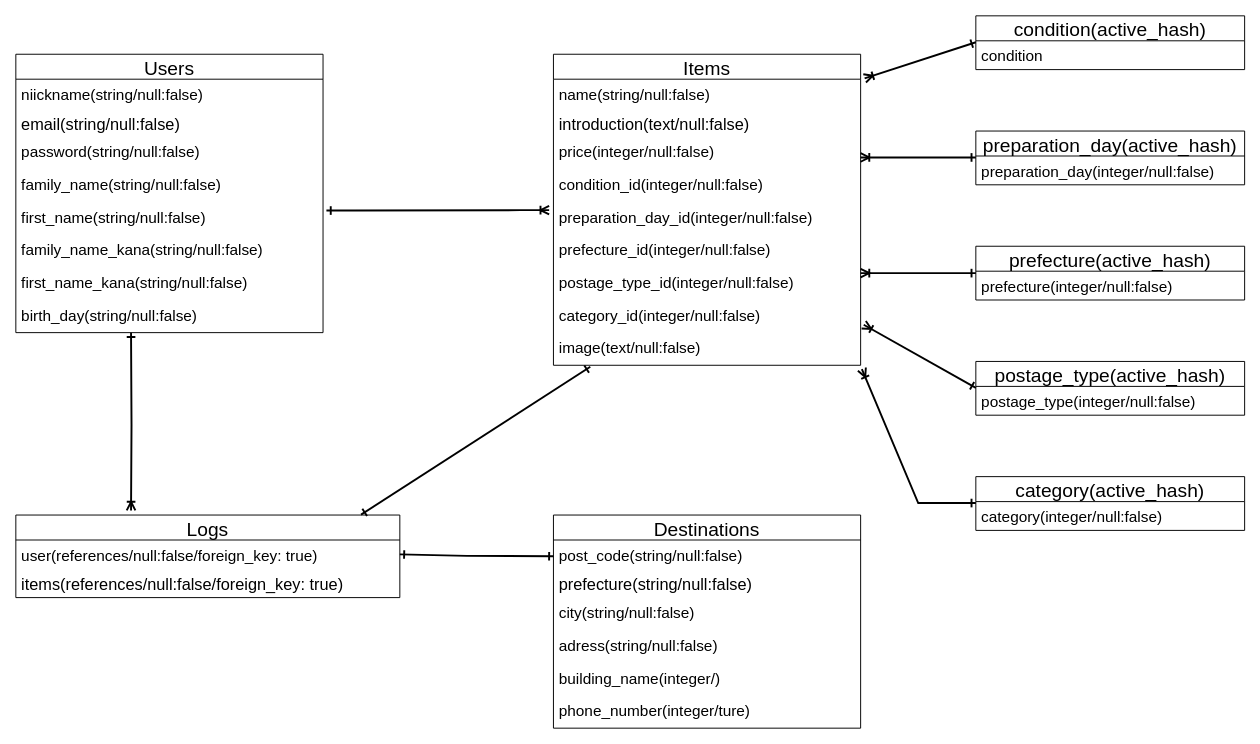
Before: datebase.dio in RRS1107/furima-38199, a draw.io diagram. Source tidied: cells renumbered, new cells numbered last; positions are measured from the earlier drawing's top-left corner, leaving out a move shared by most shapes. Both pictures are drawn from the tidied source at 96%, with x=0, y=0 at pixel (15, 15).
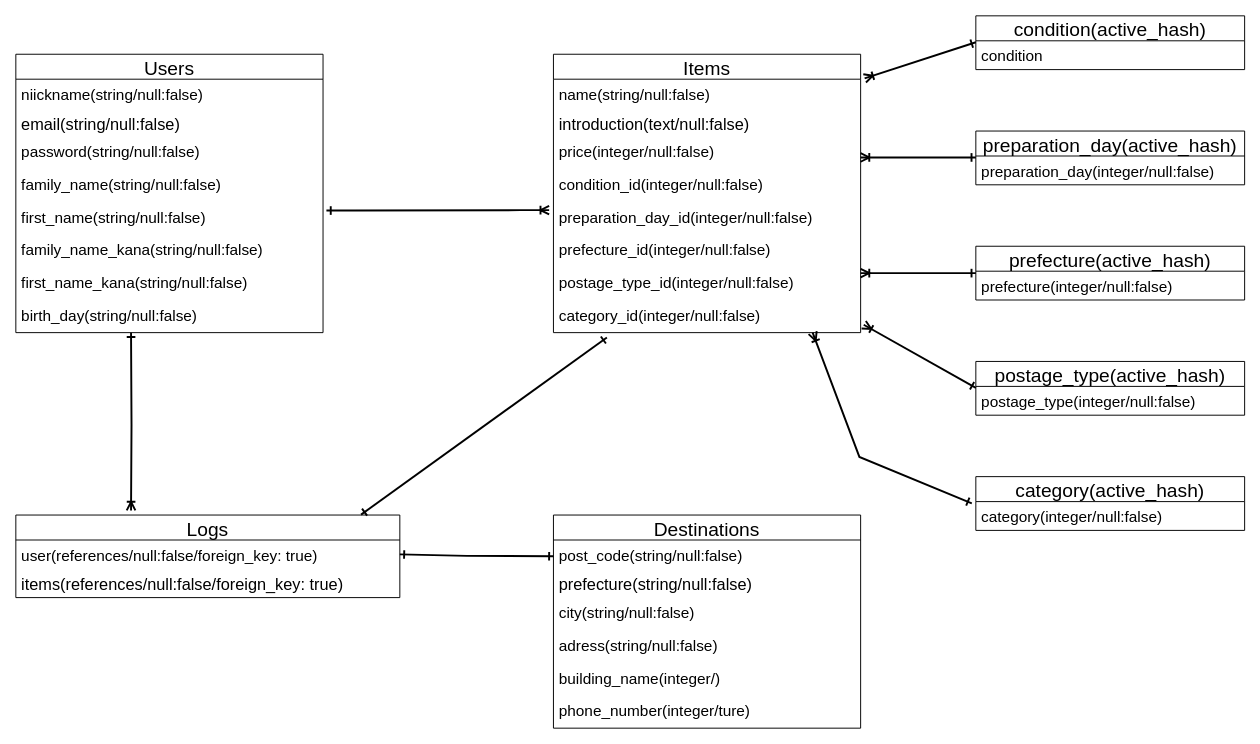
The same diagram, later.

The change refers to these unchanged cells:
```xml
<mxCell id="19" value="category_id(integer/null:false)&#10;" style="text;strokeColor=none;fillColor=none;spacingLeft=4;spacingRight=4;overflow=hidden;points=[[0,0.5],[1,0.5]];portConstraint=eastwest;fontSize=16;" parent="11" vertex="1">
  <mxGeometry y="256" width="320" height="34" as="geometry" />
</mxCell>
<mxCell id="21" value="Logs" style="swimlane;fontStyle=0;horizontal=1;startSize=26;align=center;fontSize=20;fillColor=none;" parent="1" vertex="1">
  <mxGeometry y="520" width="400" height="86" as="geometry" />
</mxCell>
<mxCell id="44" value="category(integer/null:false)" style="text;strokeColor=none;fillColor=none;spacingLeft=4;spacingRight=4;overflow=hidden;points=[[0,0.5],[1,0.5]];portConstraint=eastwest;fontSize=16;" parent="43" vertex="1">
  <mxGeometry y="26" width="280" height="30" as="geometry" />
</mxCell>
```

Diff of the diagram source:
```diff
@@
     <mxCell id="11" value="Items" style="swimlane;fontStyle=0;horizontal=1;startSize=26;align=center;fontSize=20;fillColor=none;" parent="1" vertex="1">
-      <mxGeometry x="560" y="40" width="320" height="324" as="geometry" />
+      <mxGeometry x="560" y="40" width="320" height="290" as="geometry" />
     </mxCell>
@@
-    <mxCell id="20" value="image(text/null:false)&#10;" style="text;strokeColor=none;fillColor=none;spacingLeft=4;spacingRight=4;overflow=hidden;points=[[0,0.5],[1,0.5]];portConstraint=eastwest;fontSize=16;" parent="11" vertex="1">
-      <mxGeometry y="290" width="320" height="34" as="geometry" />
-    </mxCell>
+    <mxCell id="46" style="endArrow=ERone;html=1;rounded=0;fontSize=16;startArrow=ERoneToMany;startFill=0;endFill=0;strokeWidth=2;entryX=-0.015;entryY=0.058;entryDx=0;entryDy=0;entryPerimeter=0;" parent="11" edge="1" target="44">
+      <mxGeometry relative="1" as="geometry">
+        <mxPoint x="270" y="290" as="sourcePoint" />
+        <Array as="points">
+          <mxPoint x="318.7" y="419.5" />
+        </Array>
+      </mxGeometry>
+    </mxCell>
@@
-    <mxCell id="33" style="endArrow=ERone;html=1;rounded=0;fontSize=19;strokeWidth=2;jumpSize=12;entryX=0.899;entryY=-0.005;entryDx=0;entryDy=0;entryPerimeter=0;exitX=0.12;exitY=1.047;exitDx=0;exitDy=0;exitPerimeter=0;startArrow=ERone;startFill=0;endFill=0;" parent="1" edge="1" source="20" target="21">
+    <mxCell id="33" style="endArrow=ERone;html=1;rounded=0;fontSize=19;strokeWidth=2;jumpSize=12;entryX=0.899;entryY=-0.005;entryDx=0;entryDy=0;entryPerimeter=0;exitX=0.174;exitY=1.147;exitDx=0;exitDy=0;exitPerimeter=0;startArrow=ERone;startFill=0;endFill=0;" parent="1" edge="1" source="19" target="21">
       <mxGeometry relative="1" as="geometry" />
     </mxCell>
@@
-    <mxCell id="46" style="endArrow=ERone;html=1;rounded=0;fontSize=16;startArrow=ERoneToMany;startFill=0;endFill=0;strokeWidth=2;exitX=1.004;exitY=1.118;exitDx=0;exitDy=0;exitPerimeter=0;" parent="1" edge="1" source="20">
-      <mxGeometry relative="1" as="geometry">
-        <mxPoint x="1000" y="507.5" as="targetPoint" />
-        <Array as="points">
-          <mxPoint x="940" y="507.5" />
-        </Array>
-      </mxGeometry>
-    </mxCell>
```
